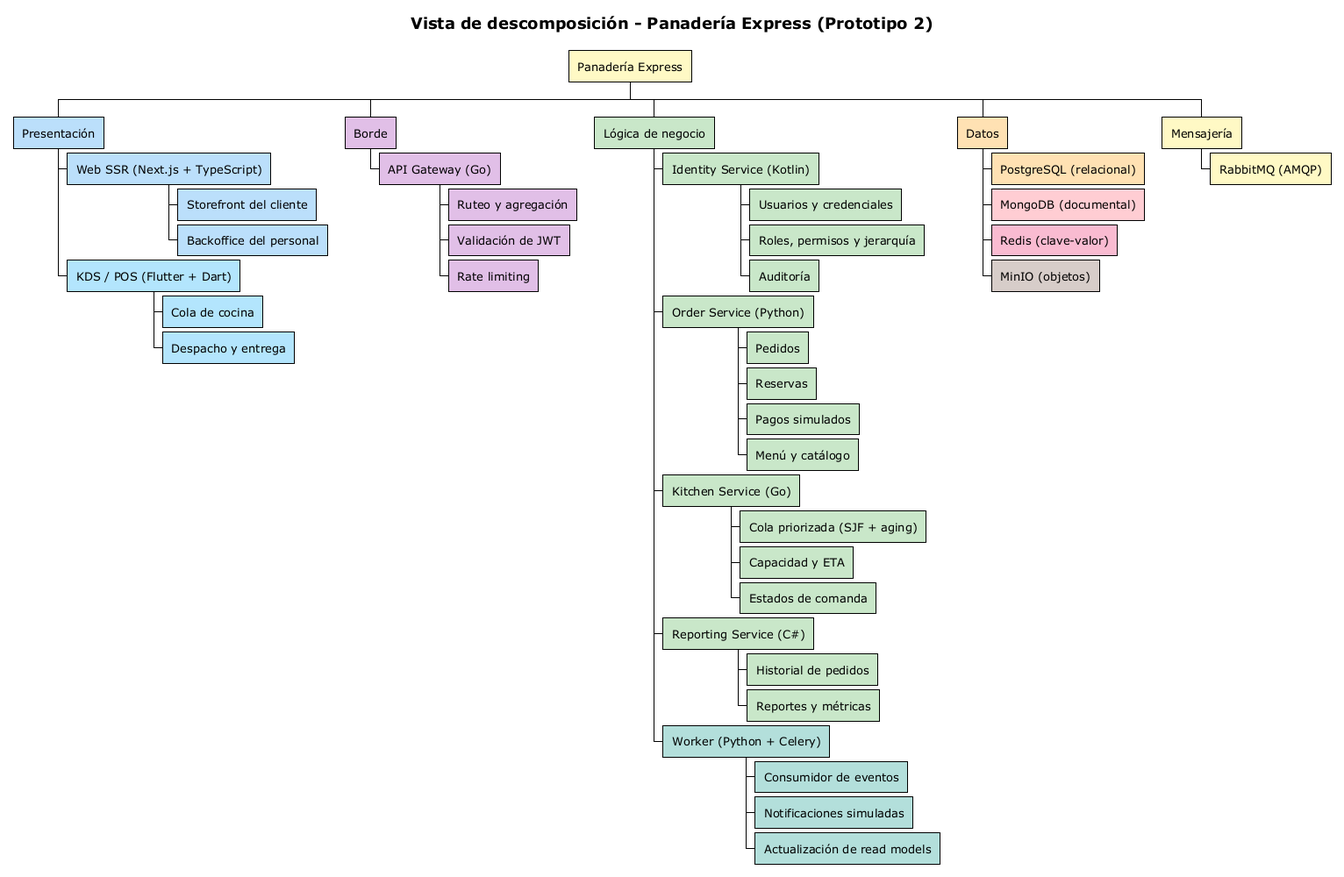
Earlier version of the PlantUML export g3-H-PanTech/docs/descomposicion P2.png (unal-sw-arch/swarch-2026ii). Its diagram source:
```plantuml
@startwbs
!theme plain
skinparam shadowing false
skinparam defaultFontSize 13
skinparam titleFontSize 18
skinparam titleFontStyle bold
skinparam wbs {
  BackgroundColor #FFFFFF
  BorderColor #757575
  FontStyle bold
}

title Vista de descomposición - Panadería Express (Prototipo 2)

*[#FFF9C4] Panadería Express
**[#BBDEFB] Presentación
***[#BBDEFB] Web SSR (Next.js + TypeScript)
****[#BBDEFB] Storefront del cliente
****[#BBDEFB] Backoffice del personal
***[#B3E5FC] KDS / POS (Flutter + Dart)
****[#B3E5FC] Cola de cocina
****[#B3E5FC] Despacho y entrega
**[#E1BEE7] Borde
***[#E1BEE7] API Gateway (Go)
****[#E1BEE7] Ruteo y agregación
****[#E1BEE7] Validación de JWT
****[#E1BEE7] Rate limiting
**[#C8E6C9] Lógica de negocio
***[#C8E6C9] Identity Service (Kotlin)
****[#C8E6C9] Usuarios y credenciales
****[#C8E6C9] Roles, permisos y jerarquía
****[#C8E6C9] Auditoría
***[#C8E6C9] Order Service (Python)
****[#C8E6C9] Pedidos
****[#C8E6C9] Reservas
****[#C8E6C9] Pagos simulados
****[#C8E6C9] Menú y catálogo
***[#C8E6C9] Kitchen Service (Go)
****[#C8E6C9] Cola priorizada (SJF + aging)
****[#C8E6C9] Capacidad y ETA
****[#C8E6C9] Estados de comanda
***[#C8E6C9] Reporting Service (C#)
****[#C8E6C9] Historial de pedidos
****[#C8E6C9] Reportes y métricas
***[#B2DFDB] Worker (Python + Celery)
****[#B2DFDB] Consumidor de eventos
****[#B2DFDB] Notificaciones simuladas
****[#B2DFDB] Actualización de read models
**[#FFE0B2] Datos
***[#FFE0B2] PostgreSQL (relacional)
***[#FFCDD2] MongoDB (documental)
***[#F8BBD0] Redis (clave-valor)
***[#D7CCC8] MinIO (objetos)
**[#FFF9C4] Mensajería
***[#FFF9C4] RabbitMQ (AMQP)

@endwbs
```
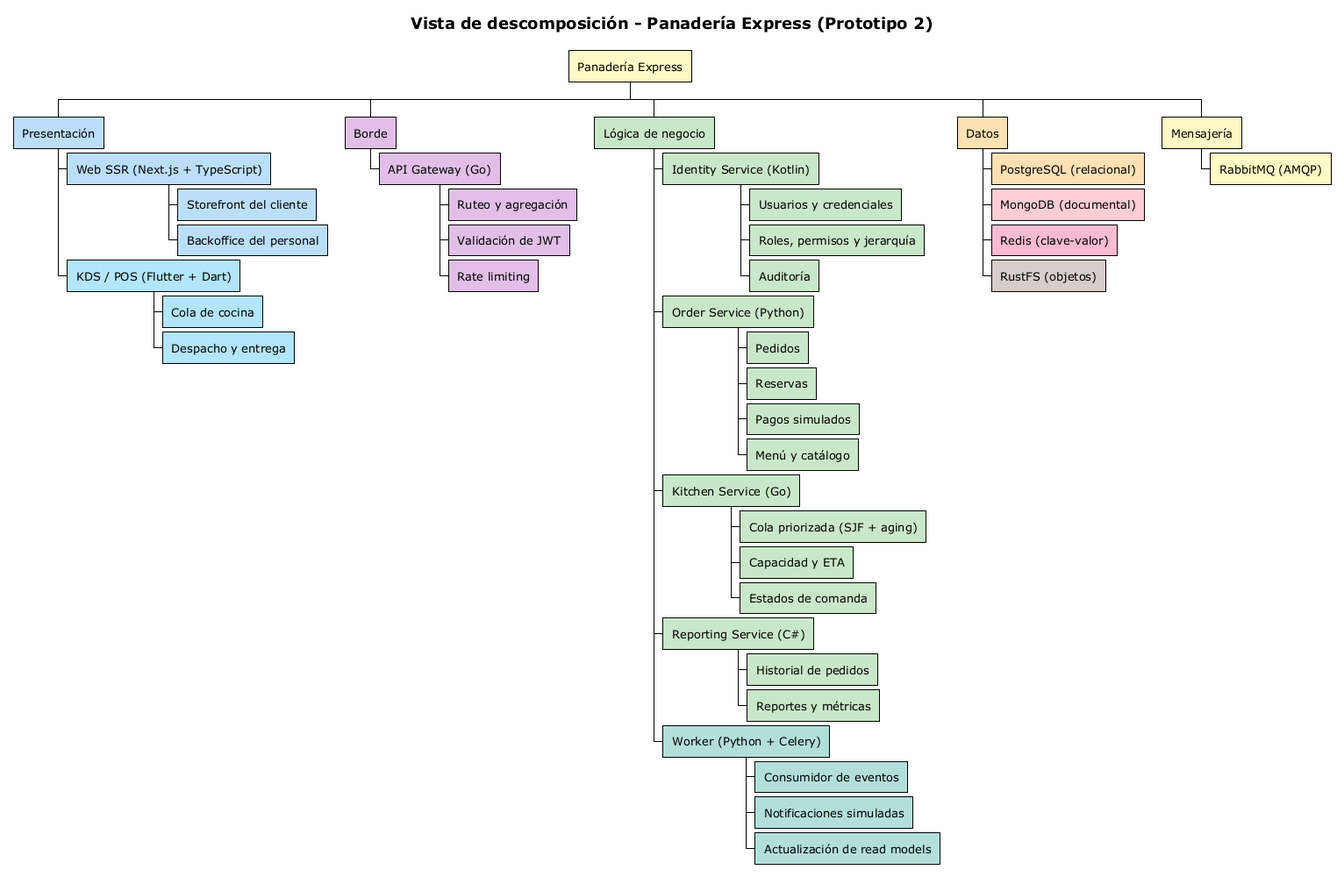
Above is the later version.

What changed in the source:
```diff
@@ -50,7 +50,7 @@
 ***[#FFE0B2] PostgreSQL (relacional)
 ***[#FFCDD2] MongoDB (documental)
 ***[#F8BBD0] Redis (clave-valor)
-***[#D7CCC8] MinIO (objetos)
+***[#D7CCC8] RustFS (objetos)
 **[#FFF9C4] Mensajería
 ***[#FFF9C4] RabbitMQ (AMQP)
 
```
